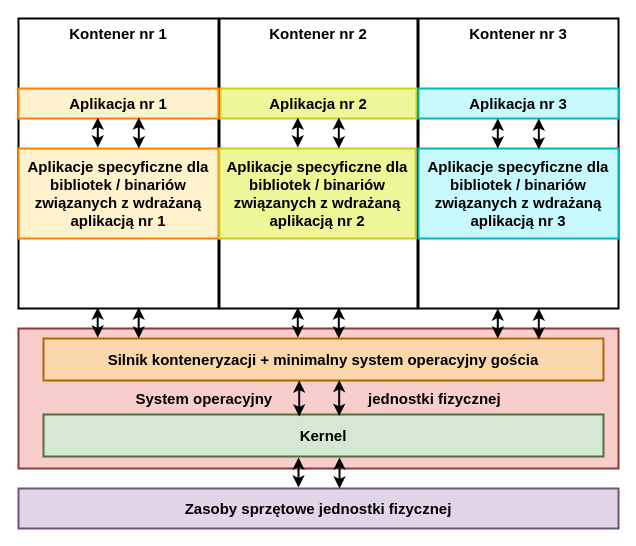
pabloducato/draw.io keeps this draw.io diagram as Contenerization Diagram.drawio. Above is the earlier version. Source tidied: cells renumbered, new cells numbered last; positions are measured from the earlier drawing's top-left corner, leaving out a move shared by most shapes. Both pictures are drawn from the tidied source at 100%, with x=0, y=0 at pixel (18, 18).
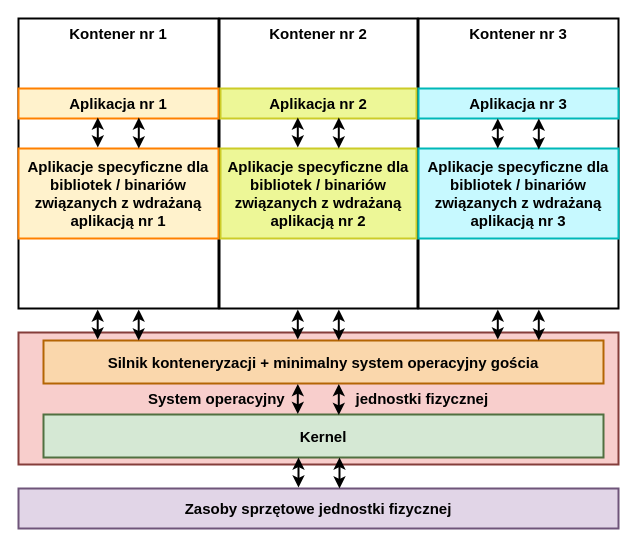
After the change.

What changed in the source:
```diff
@@
-    <mxCell id="6" value="System operacyjny&amp;nbsp; &amp;nbsp; &amp;nbsp; &amp;nbsp; &amp;nbsp; &amp;nbsp; &amp;nbsp; &amp;nbsp; &amp;nbsp; &amp;nbsp; &amp;nbsp; &amp;nbsp;jednostki fizycznej" style="rounded=0;whiteSpace=wrap;html=1;fontStyle=1;fontSize=15;fillColor=#f8cecc;strokeWidth=2;strokeColor=#853D3A;verticalAlign=middle;" parent="1" vertex="1">
-      <mxGeometry y="310" width="600" height="140" as="geometry" />
+    <mxCell id="6" value="System operacyjny&amp;nbsp; &amp;nbsp; &amp;nbsp; &amp;nbsp; &amp;nbsp; &amp;nbsp; &amp;nbsp; &amp;nbsp; &amp;nbsp;jednostki fizycznej" style="rounded=0;whiteSpace=wrap;html=1;fontStyle=1;fontSize=15;fillColor=#f8cecc;strokeWidth=2;strokeColor=#853D3A;verticalAlign=middle;" parent="1" vertex="1">
+      <mxGeometry y="314" width="600" height="132" as="geometry" />
     </mxCell>
     <mxCell id="7" value="Kernel" style="rounded=0;whiteSpace=wrap;html=1;fontStyle=1;fontSize=15;fillColor=#d5e8d4;strokeWidth=2;strokeColor=#517040;" parent="1" vertex="1">
-      <mxGeometry x="25" y="396" width="560" height="42" as="geometry" />
+      <mxGeometry x="25" y="396" width="560" height="43" as="geometry" />
     </mxCell>
     <mxCell id="8" value="&lt;font color=&quot;#000000&quot;&gt;Silnik konteneryzacji + minimalny system operacyjny gościa&lt;/font&gt;" style="rounded=0;whiteSpace=wrap;html=1;fontStyle=1;fontSize=15;strokeWidth=2;fillColor=#fad7ac;strokeColor=#b46504;" parent="1" vertex="1">
-      <mxGeometry x="25" y="320" width="560" height="42" as="geometry" />
+      <mxGeometry x="25" y="322" width="560" height="43" as="geometry" />
     </mxCell>
@@
-    <mxCell id="11" style="endArrow=classic;startArrow=classic;html=1;fontSize=16;strokeWidth=2;entryX=0.528;entryY=0.986;entryDx=0;entryDy=0;entryPerimeter=0;exitX=0.528;exitY=0.033;exitDx=0;exitDy=0;exitPerimeter=0;" parent="1" edge="1" source="7" target="8">
-      <mxGeometry relative="1" as="geometry" />
-    </mxCell>
     <mxCell id="12" style="endArrow=classic;startArrow=classic;html=1;fontSize=16;strokeWidth=2;" parent="1" edge="1">
       <mxGeometry relative="1" as="geometry">
-        <mxPoint x="120.2" y="320" as="sourcePoint" />
-        <mxPoint x="120.2" y="289" as="targetPoint" />
+        <mxPoint x="120.2" y="322" as="sourcePoint" />
+        <mxPoint x="120.2" y="291" as="targetPoint" />
       </mxGeometry>
     </mxCell>
     <mxCell id="13" style="endArrow=classic;startArrow=classic;html=1;fontSize=16;strokeWidth=2;" parent="1" edge="1">
       <mxGeometry relative="1" as="geometry">
-        <mxPoint x="79.2" y="319" as="sourcePoint" />
-        <mxPoint x="79.2" y="289" as="targetPoint" />
+        <mxPoint x="79.2" y="321" as="sourcePoint" />
+        <mxPoint x="79.2" y="291" as="targetPoint" />
       </mxGeometry>
     </mxCell>
-    <mxCell id="14" style="endArrow=classic;startArrow=classic;html=1;fontSize=16;strokeWidth=2;entryX=0.528;entryY=0.986;entryDx=0;entryDy=0;entryPerimeter=0;exitX=0.528;exitY=0.033;exitDx=0;exitDy=0;exitPerimeter=0;" parent="1" edge="1">
-      <mxGeometry relative="1" as="geometry">
-        <mxPoint x="280.7" y="398" as="sourcePoint" />
-        <mxPoint x="280.7" y="362" as="targetPoint" />
-      </mxGeometry>
-    </mxCell>
@@
     <mxCell id="19" value="&lt;b&gt;Aplikacje specyficzne dla bibliotek / binariów&lt;br&gt;związanych z wdrażaną aplikacją nr 2&lt;/b&gt;" style="rounded=0;whiteSpace=wrap;html=1;fillColor=#EDF797;strokeColor=#CCCC29;strokeWidth=2;fontSize=15;" parent="1" vertex="1">
-      <mxGeometry x="201" y="130" width="196" height="90" as="geometry" />
+      <mxGeometry x="202" y="130" width="196" height="90" as="geometry" />
     </mxCell>
@@
     <mxCell id="27" style="endArrow=classic;startArrow=classic;html=1;fontSize=16;strokeWidth=2;" parent="1" edge="1">
       <mxGeometry relative="1" as="geometry">
-        <mxPoint x="320.3" y="320" as="sourcePoint" />
-        <mxPoint x="320.3" y="289" as="targetPoint" />
+        <mxPoint x="320.3" y="322" as="sourcePoint" />
+        <mxPoint x="320.3" y="291" as="targetPoint" />
       </mxGeometry>
     </mxCell>
     <mxCell id="28" style="endArrow=classic;startArrow=classic;html=1;fontSize=16;strokeWidth=2;" parent="1" edge="1">
       <mxGeometry relative="1" as="geometry">
-        <mxPoint x="279.3" y="319" as="sourcePoint" />
-        <mxPoint x="279.3" y="289" as="targetPoint" />
+        <mxPoint x="279.3" y="321" as="sourcePoint" />
+        <mxPoint x="279.3" y="291" as="targetPoint" />
       </mxGeometry>
     </mxCell>
     <mxCell id="29" style="endArrow=classic;startArrow=classic;html=1;fontSize=16;strokeWidth=2;" parent="1" edge="1">
       <mxGeometry relative="1" as="geometry">
-        <mxPoint x="520.3" y="321" as="sourcePoint" />
-        <mxPoint x="520.3" y="290" as="targetPoint" />
+        <mxPoint x="520.3" y="322" as="sourcePoint" />
+        <mxPoint x="520.3" y="291" as="targetPoint" />
       </mxGeometry>
     </mxCell>
     <mxCell id="30" style="endArrow=classic;startArrow=classic;html=1;fontSize=16;strokeWidth=2;" parent="1" edge="1">
       <mxGeometry relative="1" as="geometry">
-        <mxPoint x="479.3" y="320" as="sourcePoint" />
-        <mxPoint x="479.3" y="290" as="targetPoint" />
+        <mxPoint x="479.3" y="321" as="sourcePoint" />
+        <mxPoint x="479.3" y="291" as="targetPoint" />
       </mxGeometry>
     </mxCell>
+    <mxCell id="31" style="endArrow=classic;startArrow=classic;html=1;fontSize=16;strokeWidth=2;" parent="1" edge="1">
+      <mxGeometry relative="1" as="geometry">
+        <mxPoint x="320.3" y="396.5" as="sourcePoint" />
+        <mxPoint x="320.3" y="365.5" as="targetPoint" />
+      </mxGeometry>
+    </mxCell>
+    <mxCell id="32" style="endArrow=classic;startArrow=classic;html=1;fontSize=16;strokeWidth=2;" parent="1" edge="1">
+      <mxGeometry relative="1" as="geometry">
+        <mxPoint x="279.3" y="395.5" as="sourcePoint" />
+        <mxPoint x="279.3" y="365.5" as="targetPoint" />
+      </mxGeometry>
+    </mxCell>
```
